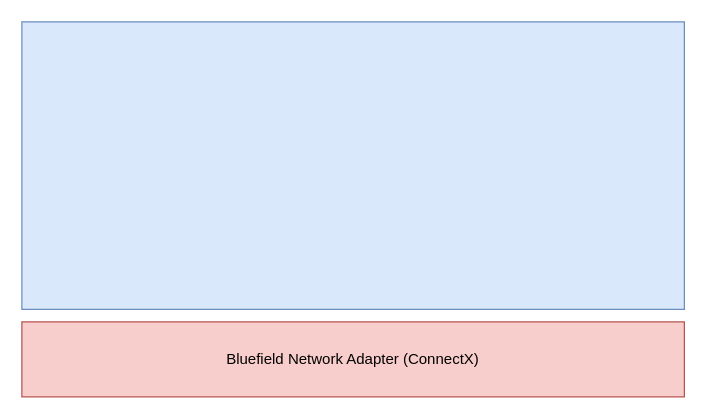
Earlier version of the draw.io diagram doca-framework.drawio (poetlife/diagrams). Source tidied: cells renumbered, new cells numbered last; positions are measured from the earlier drawing's top-left corner, leaving out a move shared by most shapes. Both pictures are drawn from the tidied source at 125%, with x=0, y=0 at pixel (21, 21).
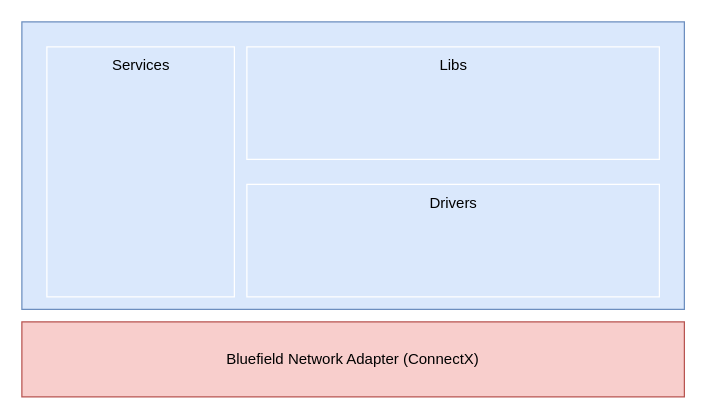
After the change.

Change to the diagram source:
```diff
@@
 <mxGraphModel>
   <root>
     <mxCell id="0" />
     <mxCell id="1" parent="0" />
     <mxCell id="2" value="Bluefield Network Adapter (ConnectX)" style="rounded=0;whiteSpace=wrap;html=1;fillColor=#f8cecc;strokeColor=#b85450;" parent="1" vertex="1">
       <mxGeometry y="240" width="530" height="60" as="geometry" />
     </mxCell>
     <mxCell id="3" style="rounded=0;whiteSpace=wrap;html=1;fillColor=#dae8fc;strokeColor=#6c8ebf;" parent="1" vertex="1">
       <mxGeometry width="530" height="230" as="geometry" />
     </mxCell>
+    <mxCell id="4" style="rounded=0;whiteSpace=wrap;html=1;fillColor=none;strokeColor=#ffffff;" parent="1" vertex="1">
+      <mxGeometry x="20" y="20" width="150" height="200" as="geometry" />
+    </mxCell>
+    <mxCell id="5" style="rounded=0;whiteSpace=wrap;html=1;fillColor=none;strokeColor=#ffffff;" parent="1" vertex="1">
+      <mxGeometry x="180" y="130" width="330" height="90" as="geometry" />
+    </mxCell>
+    <mxCell id="6" style="rounded=0;whiteSpace=wrap;html=1;fillColor=none;strokeColor=#ffffff;" parent="1" vertex="1">
+      <mxGeometry x="180" y="20" width="330" height="90" as="geometry" />
+    </mxCell>
+    <mxCell id="7" value="Services" style="text;html=1;align=center;verticalAlign=middle;strokeColor=none;fillColor=none;" parent="1" vertex="1">
+      <mxGeometry x="60" y="20" width="70" height="30" as="geometry" />
+    </mxCell>
+    <mxCell id="8" value="Drivers" style="text;html=1;align=center;verticalAlign=middle;strokeColor=none;fillColor=none;" parent="1" vertex="1">
+      <mxGeometry x="315" y="130" width="60" height="30" as="geometry" />
+    </mxCell>
+    <mxCell id="9" value="Libs" style="text;html=1;align=center;verticalAlign=middle;strokeColor=none;fillColor=none;" parent="1" vertex="1">
+      <mxGeometry x="320" y="20" width="50" height="30" as="geometry" />
+    </mxCell>
   </root>
 </mxGraphModel>
```
